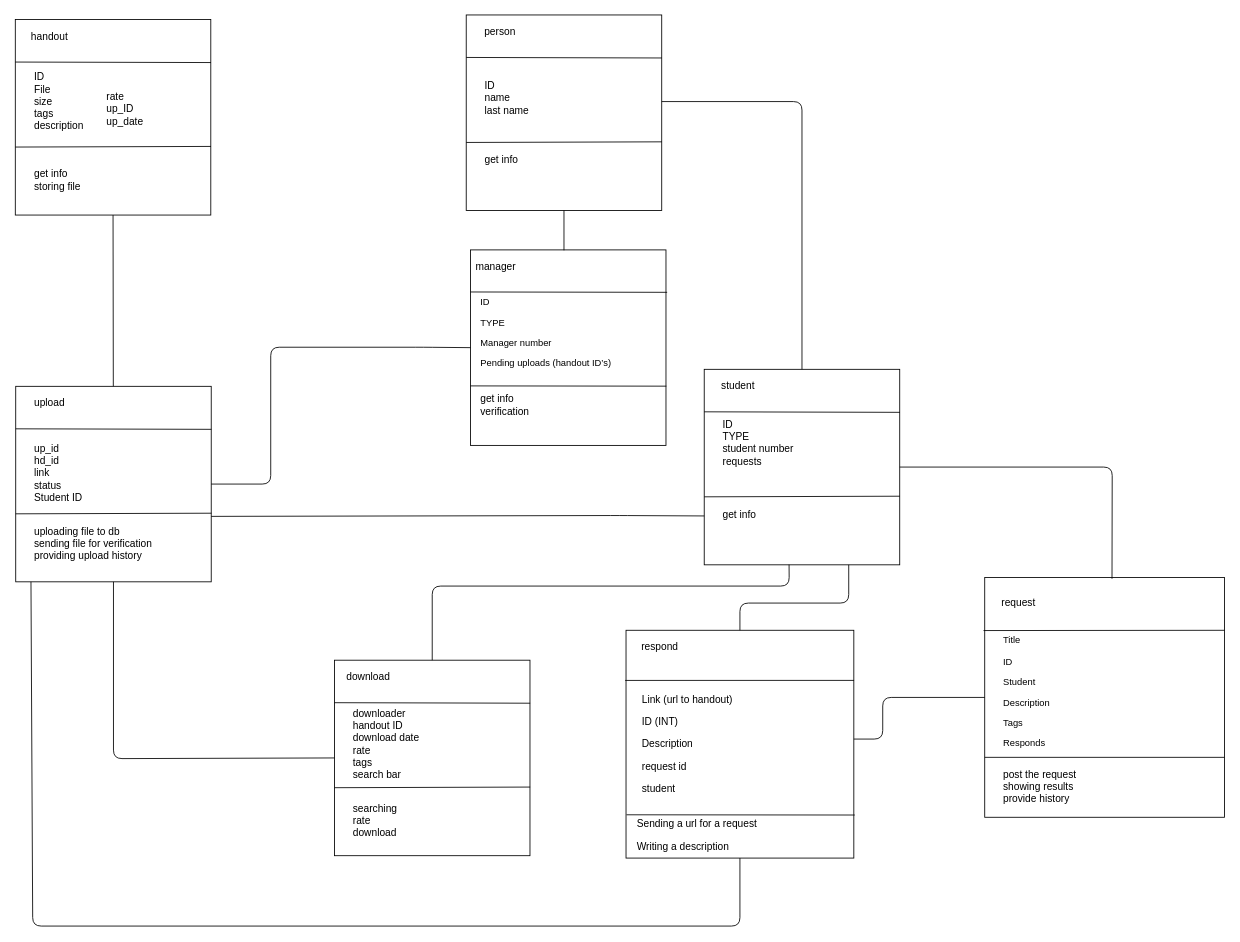
Earlier version of the draw.io diagram class diagram .drawio (redZmortallancer/project-az-narm-1). Source tidied: cells renumbered, new cells numbered last; positions are measured from the earlier drawing's top-left corner, leaving out a move shared by most shapes. Both pictures are drawn from the tidied source at 85%, with x=0, y=0 at pixel (15, 14).
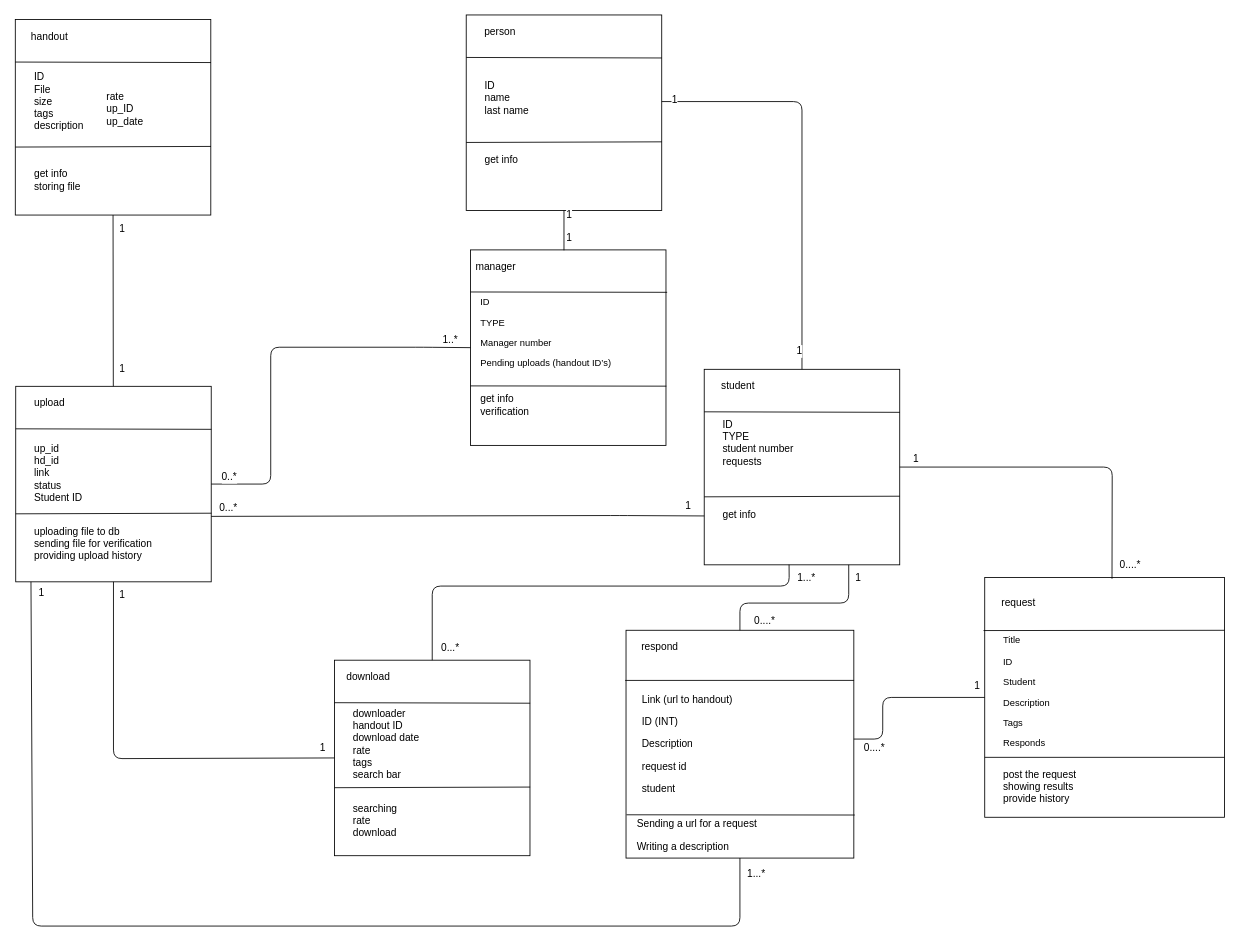
The same page after the edit.

Unchanged cells that the change refers to:
```xml
<mxCell id="51" style="endArrow=none;html=1;entryX=0.5;entryY=1;entryDx=0;entryDy=0;" parent="1" edge="1" source="8" target="20">
  <mxGeometry relative="1" as="geometry" />
</mxCell>
<mxCell id="52" style="endArrow=none;html=1;entryX=0.5;entryY=1;entryDx=0;entryDy=0;" parent="1" edge="1" target="14">
  <mxGeometry relative="1" as="geometry">
    <mxPoint x="645" y="277" as="sourcePoint" />
  </mxGeometry>
</mxCell>
<mxCell id="53" style="endArrow=none;html=1;exitX=0.5;exitY=0;exitDx=0;exitDy=0;entryX=1;entryY=0.443;entryDx=0;entryDy=0;entryPerimeter=0;" parent="1" edge="1" source="32" target="14">
  <mxGeometry relative="1" as="geometry">
    <Array as="points">
      <mxPoint x="925" y="102" />
    </Array>
  </mxGeometry>
</mxCell>
<mxCell id="54" style="endArrow=none;html=1;entryX=0;entryY=0.5;entryDx=0;entryDy=0;exitX=1;exitY=0.5;exitDx=0;exitDy=0;" parent="1" edge="1" source="8" target="26">
  <mxGeometry relative="1" as="geometry">
    <Array as="points">
      <mxPoint x="300" y="552" />
      <mxPoint x="300" y="391" />
      <mxPoint x="480" y="391" />
    </Array>
  </mxGeometry>
</mxCell>
<mxCell id="55" style="endArrow=none;html=1;entryX=0;entryY=0.75;entryDx=0;entryDy=0;" parent="1" edge="1" target="32">
  <mxGeometry relative="1" as="geometry">
    <mxPoint x="230" y="590" as="sourcePoint" />
    <Array as="points">
      <mxPoint x="710" y="589" />
    </Array>
  </mxGeometry>
</mxCell>
<mxCell id="56" style="endArrow=none;html=1;exitX=0.5;exitY=0;exitDx=0;exitDy=0;entryX=0.434;entryY=0.999;entryDx=0;entryDy=0;entryPerimeter=0;" parent="1" edge="1" source="2" target="32">
  <mxGeometry relative="1" as="geometry">
    <Array as="points">
      <mxPoint x="490" y="672" />
      <mxPoint x="910" y="672" />
    </Array>
  </mxGeometry>
</mxCell>
<mxCell id="57" style="endArrow=none;html=1;entryX=0;entryY=0.5;entryDx=0;entryDy=0;exitX=0.5;exitY=1;exitDx=0;exitDy=0;" parent="1" edge="1" source="8" target="2">
  <mxGeometry relative="1" as="geometry">
    <Array as="points">
      <mxPoint x="115" y="875" />
    </Array>
  </mxGeometry>
</mxCell>
<mxCell id="58" style="endArrow=none;html=1;entryX=0.5;entryY=1;entryDx=0;entryDy=0;exitX=0.078;exitY=1;exitDx=0;exitDy=0;exitPerimeter=0;" parent="1" edge="1" source="8" target="38">
  <mxGeometry relative="1" as="geometry">
    <Array as="points">
      <mxPoint x="20" y="1072" />
      <mxPoint x="852" y="1072" />
    </Array>
  </mxGeometry>
</mxCell>
<mxCell id="59" style="endArrow=none;html=1;entryX=1;entryY=0.5;entryDx=0;entryDy=0;exitX=0.531;exitY=0.005;exitDx=0;exitDy=0;exitPerimeter=0;" parent="1" edge="1" source="44" target="32">
  <mxGeometry relative="1" as="geometry">
    <Array as="points">
      <mxPoint x="1290" y="532" />
    </Array>
  </mxGeometry>
</mxCell>
<mxCell id="60" style="endArrow=none;html=1;exitX=0.5;exitY=0;exitDx=0;exitDy=0;entryX=0.434;entryY=0.999;entryDx=0;entryDy=0;entryPerimeter=0;" parent="1" edge="1" source="38">
  <mxGeometry relative="1" as="geometry">
    <mxPoint x="980" y="647" as="targetPoint" />
    <Array as="points">
      <mxPoint x="852" y="692" />
      <mxPoint x="980" y="692" />
    </Array>
  </mxGeometry>
</mxCell>
<mxCell id="61" style="endArrow=none;html=1;entryX=0;entryY=0.5;entryDx=0;entryDy=0;" parent="1" edge="1" target="44">
  <mxGeometry relative="1" as="geometry">
    <mxPoint x="986" y="852" as="sourcePoint" />
    <Array as="points">
      <mxPoint x="1020" y="852" />
      <mxPoint x="1020" y="803" />
    </Array>
  </mxGeometry>
</mxCell>
```

Change to the diagram source:
```diff
@@
+    <mxCell id="62" value="1" style="text;html=1;align=center;verticalAlign=middle;labelBackgroundColor=#ffffff;" parent="51" vertex="1">
+      <mxGeometry x="0.84" y="-1" relative="1" as="geometry">
+        <mxPoint x="9" as="offset" />
+      </mxGeometry>
+    </mxCell>
+    <mxCell id="63" value="1" style="text;html=1;align=center;verticalAlign=middle;labelBackgroundColor=#ffffff;" parent="51" vertex="1">
+      <mxGeometry x="-0.71" y="-1" relative="1" as="geometry">
+        <mxPoint x="8.5" y="8.5" as="offset" />
+      </mxGeometry>
+    </mxCell>
@@
+    <mxCell id="64" value="1" style="text;html=1;align=center;verticalAlign=middle;labelBackgroundColor=#ffffff;" parent="52" vertex="1">
+      <mxGeometry x="0.7" y="1" relative="1" as="geometry">
+        <mxPoint x="6" y="-2" as="offset" />
+      </mxGeometry>
+    </mxCell>
+    <mxCell id="65" value="1" style="text;html=1;align=center;verticalAlign=middle;labelBackgroundColor=#ffffff;" parent="52" vertex="1">
+      <mxGeometry x="-0.26" y="1" relative="1" as="geometry">
+        <mxPoint x="6" y="2" as="offset" />
+      </mxGeometry>
+    </mxCell>
@@
+    <mxCell id="66" value="1" style="text;html=1;align=center;verticalAlign=middle;labelBackgroundColor=#ffffff;" parent="53" vertex="1">
+      <mxGeometry x="0.94" y="-2" relative="1" as="geometry" />
+    </mxCell>
+    <mxCell id="67" value="1" style="text;html=1;align=center;verticalAlign=middle;labelBackgroundColor=#ffffff;" parent="53" vertex="1">
+      <mxGeometry x="-0.91" y="4" relative="1" as="geometry" />
+    </mxCell>
@@
+    <mxCell id="68" value="1..*" style="text;html=1;align=center;verticalAlign=middle;labelBackgroundColor=#ffffff;" parent="54" vertex="1">
+      <mxGeometry x="0.93" y="1" relative="1" as="geometry">
+        <mxPoint x="-8.5" y="-8.5" as="offset" />
+      </mxGeometry>
+    </mxCell>
+    <mxCell id="69" value="0..*" style="text;html=1;align=center;verticalAlign=middle;labelBackgroundColor=#ffffff;" parent="54" vertex="1">
+      <mxGeometry x="-0.94" y="2" relative="1" as="geometry">
+        <mxPoint x="6.5" y="-7" as="offset" />
+      </mxGeometry>
+    </mxCell>
@@
+    <mxCell id="70" value="1" style="text;html=1;align=center;verticalAlign=middle;labelBackgroundColor=#ffffff;" parent="55" vertex="1">
+      <mxGeometry x="0.95" y="1" relative="1" as="geometry">
+        <mxPoint x="-5.5" y="-10.5" as="offset" />
+      </mxGeometry>
+    </mxCell>
+    <mxCell id="71" value="0...*" style="text;html=1;align=center;verticalAlign=middle;labelBackgroundColor=#ffffff;" parent="55" vertex="1">
+      <mxGeometry x="0.65" y="-472" relative="1" as="geometry">
+        <mxPoint x="-460.5" y="-482" as="offset" />
+      </mxGeometry>
+    </mxCell>
@@
+    <mxCell id="72" value="1...*" style="text;html=1;align=center;verticalAlign=middle;labelBackgroundColor=#ffffff;" parent="56" vertex="1">
+      <mxGeometry x="0.96" y="1" relative="1" as="geometry">
+        <mxPoint x="21" y="4" as="offset" />
+      </mxGeometry>
+    </mxCell>
+    <mxCell id="73" value="0...*" style="text;html=1;align=center;verticalAlign=middle;labelBackgroundColor=#ffffff;" parent="56" vertex="1">
+      <mxGeometry x="-0.93" relative="1" as="geometry">
+        <mxPoint x="20" y="4" as="offset" />
+      </mxGeometry>
+    </mxCell>
@@
+    <mxCell id="74" value="1" style="text;html=1;align=center;verticalAlign=middle;labelBackgroundColor=#ffffff;" parent="57" vertex="1">
+      <mxGeometry x="0.94" y="-2" relative="1" as="geometry">
+        <mxPoint x="-1" y="-14.5" as="offset" />
+      </mxGeometry>
+    </mxCell>
+    <mxCell id="75" value="1" style="text;html=1;align=center;verticalAlign=middle;labelBackgroundColor=#ffffff;" parent="57" vertex="1">
+      <mxGeometry x="-0.92" relative="1" as="geometry">
+        <mxPoint x="9.5" y="-3.5" as="offset" />
+      </mxGeometry>
+    </mxCell>
@@
+    <mxCell id="76" value="1...*" style="text;html=1;align=center;verticalAlign=middle;labelBackgroundColor=#ffffff;" parent="58" vertex="1">
+      <mxGeometry x="0.98" y="-1" relative="1" as="geometry">
+        <mxPoint x="17" y="5.5" as="offset" />
+      </mxGeometry>
+    </mxCell>
+    <mxCell id="77" value="1" style="text;html=1;align=center;verticalAlign=middle;labelBackgroundColor=#ffffff;" parent="58" vertex="1">
+      <mxGeometry x="-0.99" y="2" relative="1" as="geometry">
+        <mxPoint x="10" y="5.5" as="offset" />
+      </mxGeometry>
+    </mxCell>
@@
+    <mxCell id="78" value="1" style="text;html=1;align=center;verticalAlign=middle;labelBackgroundColor=#ffffff;" parent="59" vertex="1">
+      <mxGeometry x="0.85" y="-2" relative="1" as="geometry">
+        <mxPoint x="-9.5" y="-8.5" as="offset" />
+      </mxGeometry>
+    </mxCell>
+    <mxCell id="79" value="0....*" style="text;html=1;align=center;verticalAlign=middle;labelBackgroundColor=#ffffff;" parent="59" vertex="1">
+      <mxGeometry x="-0.93" y="-1" relative="1" as="geometry">
+        <mxPoint x="19.5" y="-3.5" as="offset" />
+      </mxGeometry>
+    </mxCell>
@@
+    <mxCell id="80" value="0....*" style="text;html=1;align=center;verticalAlign=middle;labelBackgroundColor=#ffffff;" parent="60" vertex="1">
+      <mxGeometry x="-0.86" y="-1" relative="1" as="geometry">
+        <mxPoint x="27" y="2.5" as="offset" />
+      </mxGeometry>
+    </mxCell>
+    <mxCell id="81" value="1" style="text;html=1;align=center;verticalAlign=middle;labelBackgroundColor=#ffffff;" parent="60" vertex="1">
+      <mxGeometry x="0.87" relative="1" as="geometry">
+        <mxPoint x="10" y="2" as="offset" />
+      </mxGeometry>
+    </mxCell>
@@
+    <mxCell id="82" value="1" style="text;html=1;align=center;verticalAlign=middle;labelBackgroundColor=#ffffff;direction=south;" parent="61" vertex="1">
+      <mxGeometry x="0.84" y="2" relative="1" as="geometry">
+        <mxPoint x="6" y="-11.5" as="offset" />
+      </mxGeometry>
+    </mxCell>
+    <mxCell id="83" value="0....*" style="text;html=1;align=center;verticalAlign=middle;labelBackgroundColor=#ffffff;" parent="61" vertex="1">
+      <mxGeometry x="-0.79" y="-3" relative="1" as="geometry">
+        <mxPoint x="2.5" y="7" as="offset" />
+      </mxGeometry>
+    </mxCell>
```
